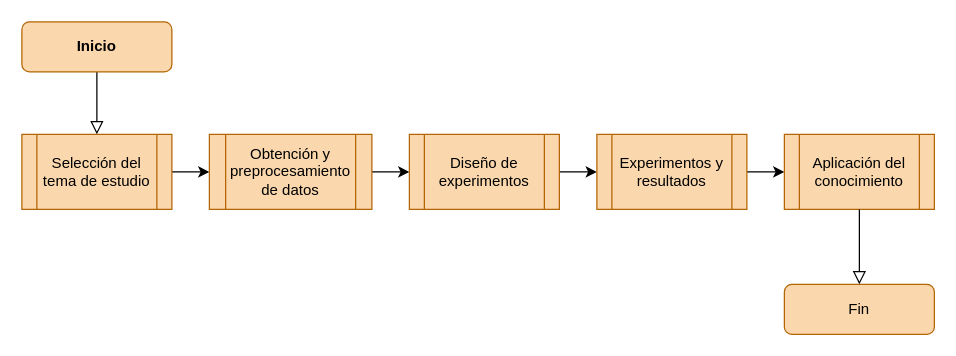
Before: Framework.drawio in harlock/Diagramas, a draw.io diagram. Source tidied: cells renumbered, new cells numbered last; positions are measured from the earlier drawing's top-left corner, leaving out a move shared by most shapes. Both pictures are drawn from the tidied source at 125%, with x=0, y=0 at pixel (21, 21).
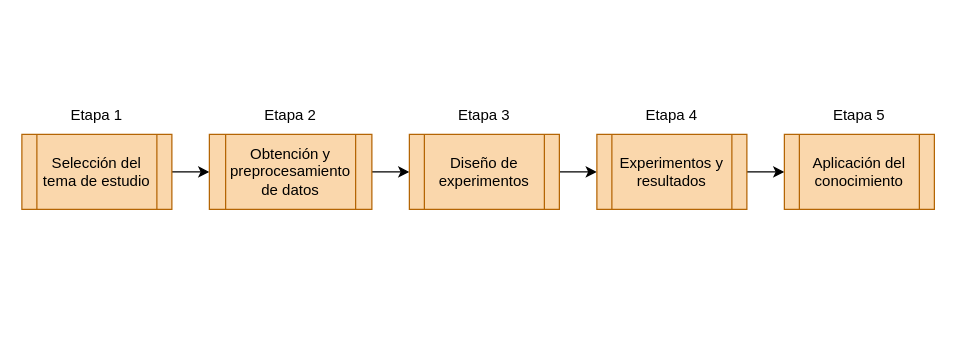
The same diagram, later.

What changed in the source:
```diff
@@
 <mxGraphModel>
   <root>
     <mxCell id="0" />
     <mxCell id="1" parent="0" />
-    <mxCell id="2" style="rounded=0;html=1;jettySize=auto;fontSize=11;endArrow=block;endFill=0;endSize=8;strokeWidth=1;shadow=0;labelBackgroundColor=none;edgeStyle=orthogonalEdgeStyle;entryX=0.5;entryY=0;entryDx=0;entryDy=0;" parent="1" edge="1" source="3" target="6">
-      <mxGeometry relative="1" as="geometry" />
-    </mxCell>
-    <mxCell id="3" value="&lt;b&gt;Inicio&lt;/b&gt;" style="rounded=1;whiteSpace=wrap;html=1;fontSize=12;glass=0;strokeWidth=1;shadow=0;fillColor=#fad7ac;strokeColor=#b46504;" parent="1" vertex="1">
-      <mxGeometry width="120" height="40" as="geometry" />
-    </mxCell>
-    <mxCell id="4" value="Fin" style="rounded=1;whiteSpace=wrap;html=1;fontSize=12;glass=0;strokeWidth=1;shadow=0;fillColor=#fad7ac;strokeColor=#b46504;" parent="1" vertex="1">
-      <mxGeometry x="610" y="210" width="120" height="40" as="geometry" />
-    </mxCell>
     <mxCell id="5" style="edgeStyle=orthogonalEdgeStyle;rounded=0;jettySize=auto;html=1;entryX=0;entryY=0.5;entryDx=0;entryDy=0;" parent="1" edge="1" source="6" target="8">
       <mxGeometry relative="1" as="geometry" />
     </mxCell>
     <mxCell id="6" value="Selección del tema de estudio" style="shape=process;whiteSpace=wrap;html=1;backgroundOutline=1;fillColor=#fad7ac;strokeColor=#b46504;" parent="1" vertex="1">
       <mxGeometry y="90" width="120" height="60" as="geometry" />
     </mxCell>
     <mxCell id="7" style="edgeStyle=orthogonalEdgeStyle;rounded=0;jettySize=auto;html=1;" parent="1" edge="1" source="8" target="10">
       <mxGeometry relative="1" as="geometry" />
     </mxCell>
     <mxCell id="8" value="Obtención y preprocesamiento de datos" style="shape=process;whiteSpace=wrap;html=1;backgroundOutline=1;fillColor=#fad7ac;strokeColor=#b46504;" parent="1" vertex="1">
       <mxGeometry x="150" y="90" width="130" height="60" as="geometry" />
     </mxCell>
     <mxCell id="9" style="edgeStyle=orthogonalEdgeStyle;rounded=0;jettySize=auto;html=1;entryX=0;entryY=0.5;entryDx=0;entryDy=0;" parent="1" edge="1" source="10" target="12">
       <mxGeometry relative="1" as="geometry" />
     </mxCell>
     <mxCell id="10" value="Diseño de experimentos" style="shape=process;whiteSpace=wrap;html=1;backgroundOutline=1;fillColor=#fad7ac;strokeColor=#b46504;" parent="1" vertex="1">
       <mxGeometry x="310" y="90" width="120" height="60" as="geometry" />
     </mxCell>
     <mxCell id="11" style="edgeStyle=orthogonalEdgeStyle;rounded=0;jettySize=auto;html=1;" parent="1" edge="1" source="12" target="13">
       <mxGeometry relative="1" as="geometry" />
     </mxCell>
     <mxCell id="12" value="Experimentos y resultados" style="shape=process;whiteSpace=wrap;html=1;backgroundOutline=1;fillColor=#fad7ac;strokeColor=#b46504;" parent="1" vertex="1">
       <mxGeometry x="460" y="90" width="120" height="60" as="geometry" />
     </mxCell>
     <mxCell id="13" value="Aplicación del conocimiento" style="shape=process;whiteSpace=wrap;html=1;backgroundOutline=1;fillColor=#fad7ac;strokeColor=#b46504;" parent="1" vertex="1">
       <mxGeometry x="610" y="90" width="120" height="60" as="geometry" />
     </mxCell>
-    <mxCell id="14" style="rounded=0;html=1;jettySize=auto;fontSize=11;endArrow=block;endFill=0;endSize=8;strokeWidth=1;shadow=0;labelBackgroundColor=none;edgeStyle=orthogonalEdgeStyle;exitX=0.5;exitY=1;exitDx=0;exitDy=0;" parent="1" edge="1" source="13" target="4">
-      <mxGeometry relative="1" as="geometry" />
-    </mxCell>
+    <mxCell id="15" value="Etapa 1" style="text;html=1;strokeColor=none;fillColor=none;align=center;verticalAlign=middle;whiteSpace=wrap;rounded=0;" parent="1" vertex="1">
+      <mxGeometry x="30" y="60" width="60" height="30" as="geometry" />
+    </mxCell>
+    <mxCell id="16" value="Etapa 2" style="text;html=1;strokeColor=none;fillColor=none;align=center;verticalAlign=middle;whiteSpace=wrap;rounded=0;" parent="1" vertex="1">
+      <mxGeometry x="185" y="60" width="60" height="30" as="geometry" />
+    </mxCell>
+    <mxCell id="17" value="&lt;div&gt;Etapa 3&lt;/div&gt;" style="text;html=1;strokeColor=none;fillColor=none;align=center;verticalAlign=middle;whiteSpace=wrap;rounded=0;" parent="1" vertex="1">
+      <mxGeometry x="340" y="60" width="60" height="30" as="geometry" />
+    </mxCell>
+    <mxCell id="18" value="&lt;div&gt;Etapa 4&lt;/div&gt;" style="text;html=1;strokeColor=none;fillColor=none;align=center;verticalAlign=middle;whiteSpace=wrap;rounded=0;" parent="1" vertex="1">
+      <mxGeometry x="490" y="60" width="60" height="30" as="geometry" />
+    </mxCell>
+    <mxCell id="19" value="&lt;div&gt;Etapa 5&lt;br&gt;&lt;/div&gt;" style="text;html=1;strokeColor=none;fillColor=none;align=center;verticalAlign=middle;whiteSpace=wrap;rounded=0;" parent="1" vertex="1">
+      <mxGeometry x="640" y="60" width="60" height="30" as="geometry" />
+    </mxCell>
   </root>
 </mxGraphModel>
```
